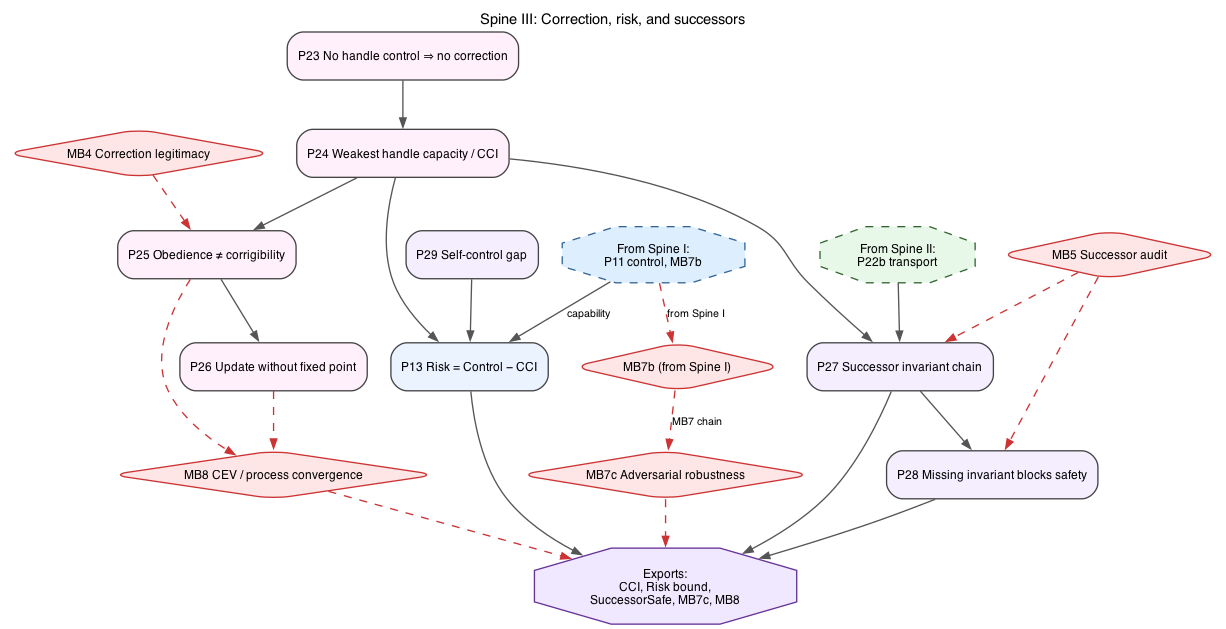
The Graphviz diagram figures/lean_proof/03-correction-successors.png in GunnarZarncke/towards-asi-alignment, before a commit. Its source is kept beside it as context/lean_proof_graphs/03-correction-successors.dot. Its diagram source:
```dot
digraph Spine03CorrectionSuccessors {
  graph [
    rankdir=TB,
    bgcolor="white",
    splines=true,
    overlap=false,
    fontsize=11,
    fontname="Helvetica",
    label="Spine III: Correction, risk, and successors",
    labelloc="t"
  ];
  node [shape=box, style="rounded,filled", fontname="Helvetica", fontsize=9, color="#444444"];
  edge [fontname="Helvetica", fontsize=8, color="#555555", arrowsize=0.7];

  P23 [label="P23 No handle control ⇒ no correction", fillcolor="#FFF0FB"];
  P24 [label="P24 Weakest handle capacity / CCI", fillcolor="#FFF0FB"];
  P25 [label="P25 Obedience ≠ corrigibility", fillcolor="#FFF0FB"];
  P26 [label="P26 Update without fixed point", fillcolor="#FFF0FB"];
  P13 [label="P13 Risk = Control − CCI", fillcolor="#EAF3FF"];
  P29 [label="P29 Self-control gap", fillcolor="#F4EEFF"];
  P27 [label="P27 Successor invariant chain", fillcolor="#F4EEFF"];
  P28 [label="P28 Missing invariant blocks safety", fillcolor="#F4EEFF"];

  MB4 [shape=diamond, fillcolor="#FFE6E6", color="#CC3333", label="MB4 Correction legitimacy"];
  MB5 [shape=diamond, fillcolor="#FFE6E6", color="#CC3333", label="MB5 Successor audit"];
  MB7b [shape=diamond, fillcolor="#FFE6E6", color="#CC3333", label="MB7b (from Spine I)"];
  MB7c [shape=diamond, fillcolor="#FFE6E6", color="#CC3333", label="MB7c Adversarial robustness"];
  MB8 [shape=diamond, fillcolor="#FFE6E6", color="#CC3333", label="MB8 CEV / process convergence"];

  IN_VB [shape=octagon, style="filled,dashed", fillcolor="#E8F8E8", color="#336633",
         label="From Spine II:\nP22b transport"];
  IN_BND [shape=octagon, style="filled,dashed", fillcolor="#DDEEFF", color="#336699",
          label="From Spine I:\nP11 control, MB7b"];

  OUT [shape=octagon, style="filled", fillcolor="#F0E8FF", color="#663399",
       label="Exports:\nCCI, Risk bound,\nSuccessorSafe, MB7c, MB8"];

  IN_VB -> P27;
  P23 -> P24 -> P25 -> P26;
  P24 -> P13;
  P24 -> P27 -> P28;
  IN_BND -> P13 [label="capability"];
  P29 -> P13;

  MB4 -> P25 [style=dashed, color="#CC3333"];
  MB5 -> P27 [style=dashed, color="#CC3333"];
  MB5 -> P28 [style=dashed, color="#CC3333"];
  P25 -> MB8 [style=dashed, color="#CC3333"];
  P26 -> MB8 [style=dashed, color="#CC3333"];

  IN_BND -> MB7b [style=dashed, color="#CC3333", label="from Spine I"];
  MB7b -> MB7c [style=dashed, color="#CC3333", label="MB7 chain"];
  MB7c -> OUT [style=dashed, color="#CC3333"];
  P13 -> OUT;
  P27 -> OUT;
  P28 -> OUT;
  MB8 -> OUT [style=dashed, color="#CC3333"];
}
```
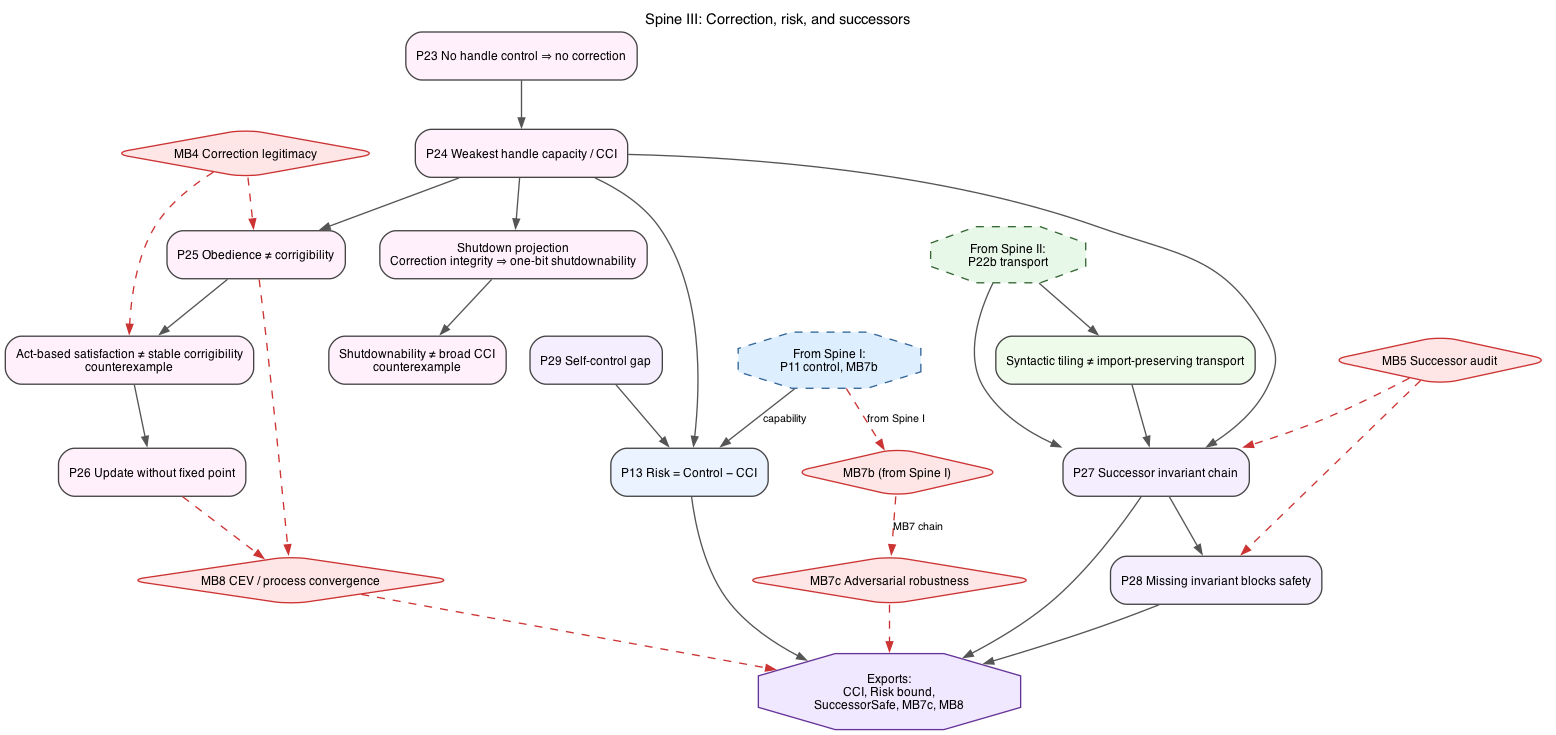
Above is the later version.

Diff of the diagram source:
```diff
@@ -14,12 +14,16 @@
 
   P23 [label="P23 No handle control ⇒ no correction", fillcolor="#FFF0FB"];
   P24 [label="P24 Weakest handle capacity / CCI", fillcolor="#FFF0FB"];
+  P24S [label="Shutdown projection\nCorrection integrity ⇒ one-bit shutdownability", fillcolor="#FFF0FB"];
+  P24X [label="Shutdownability ≠ broad CCI\ncounterexample", fillcolor="#FFF0FB"];
   P25 [label="P25 Obedience ≠ corrigibility", fillcolor="#FFF0FB"];
+  P25C [label="Act-based satisfaction ≠ stable corrigibility\ncounterexample", fillcolor="#FFF0FB"];
   P26 [label="P26 Update without fixed point", fillcolor="#FFF0FB"];
   P13 [label="P13 Risk = Control − CCI", fillcolor="#EAF3FF"];
   P29 [label="P29 Self-control gap", fillcolor="#F4EEFF"];
   P27 [label="P27 Successor invariant chain", fillcolor="#F4EEFF"];
   P28 [label="P28 Missing invariant blocks safety", fillcolor="#F4EEFF"];
+  P22T [label="Syntactic tiling ≠ import-preserving transport", fillcolor="#EFFBEA"];
 
   MB4 [shape=diamond, fillcolor="#FFE6E6", color="#CC3333", label="MB4 Correction legitimacy"];
   MB5 [shape=diamond, fillcolor="#FFE6E6", color="#CC3333", label="MB5 Successor audit"];
@@ -35,14 +39,17 @@
   OUT [shape=octagon, style="filled", fillcolor="#F0E8FF", color="#663399",
        label="Exports:\nCCI, Risk bound,\nSuccessorSafe, MB7c, MB8"];
 
+  IN_VB -> P22T -> P27;
   IN_VB -> P27;
-  P23 -> P24 -> P25 -> P26;
+  P23 -> P24 -> P24S -> P24X;
+  P24 -> P25 -> P25C -> P26;
   P24 -> P13;
   P24 -> P27 -> P28;
   IN_BND -> P13 [label="capability"];
   P29 -> P13;
 
   MB4 -> P25 [style=dashed, color="#CC3333"];
+  MB4 -> P25C [style=dashed, color="#CC3333"];
   MB5 -> P27 [style=dashed, color="#CC3333"];
   MB5 -> P28 [style=dashed, color="#CC3333"];
   P25 -> MB8 [style=dashed, color="#CC3333"];
```
